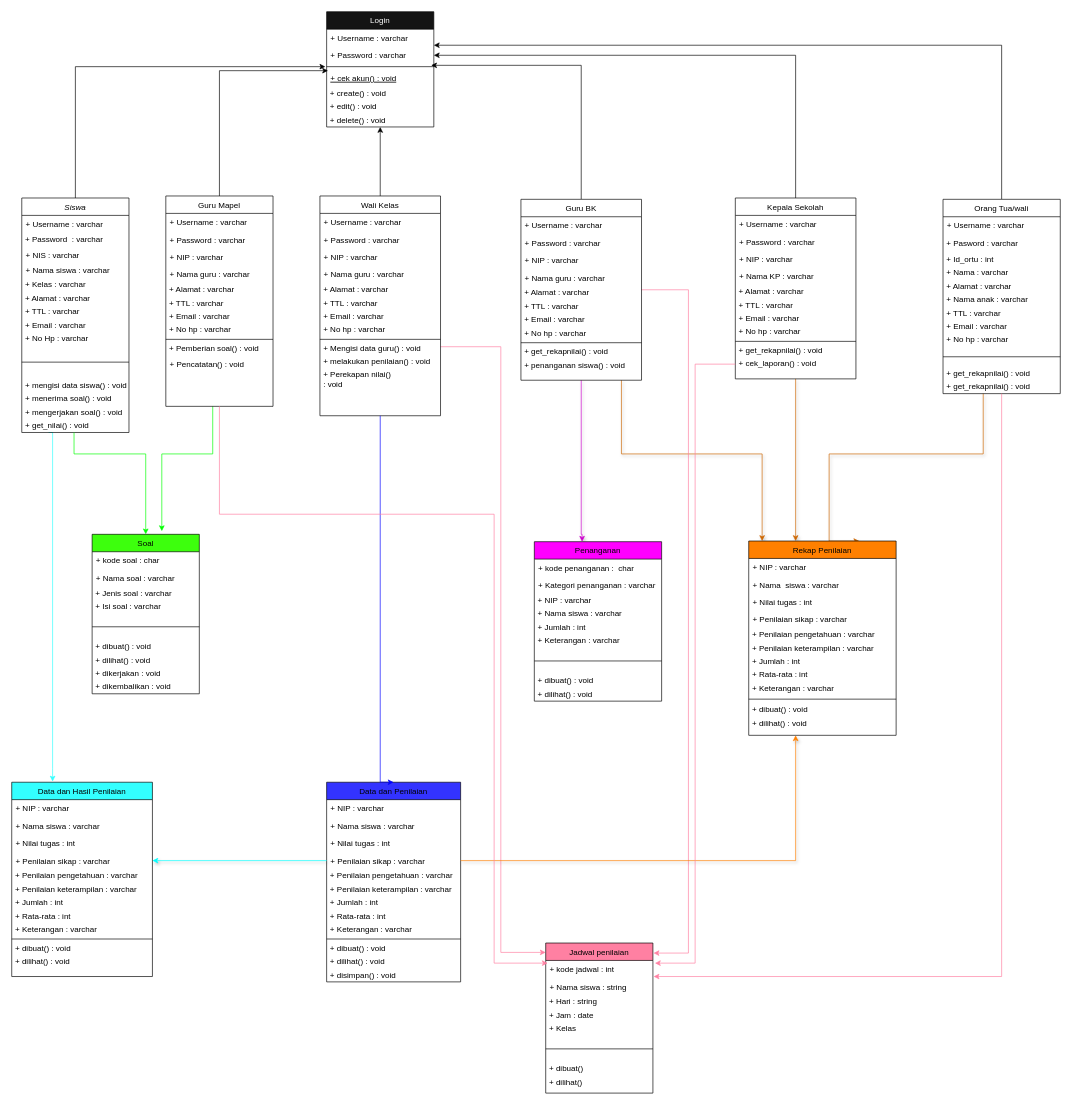
inanur-ast/bismillah keeps this draw.io diagram as Untitled Diagram.drawio. Above is the earlier version. Source tidied: cells renumbered, new cells numbered last; positions are measured from the earlier drawing's top-left corner, leaving out a move shared by most shapes. Both pictures are drawn from the tidied source at 67%, with x=0, y=0 at pixel (11, 11).
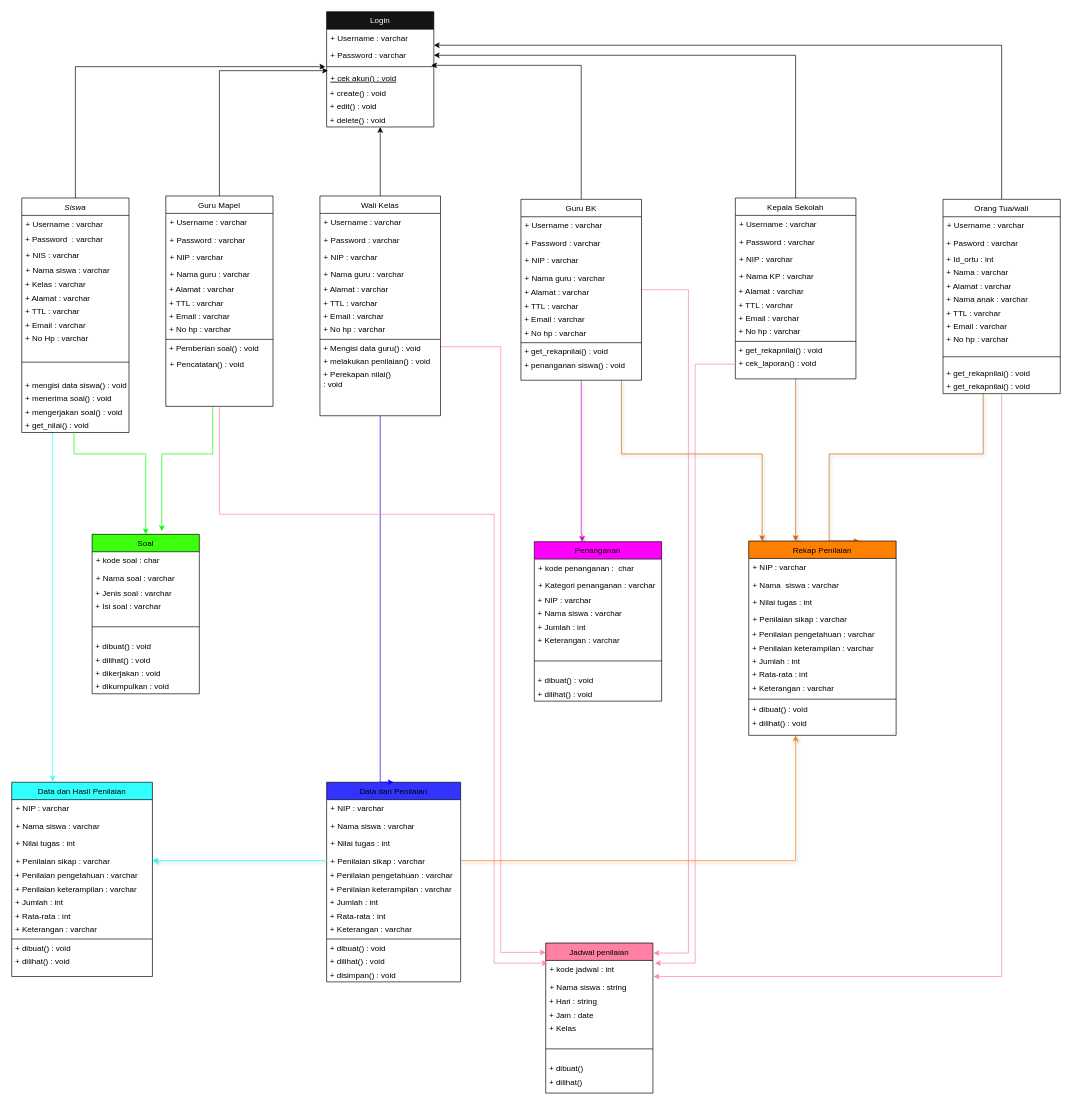
The same diagram, later.

Unchanged cells that the change refers to:
```xml
<mxCell id="97" value="Soal" style="swimlane;fontStyle=0;align=center;verticalAlign=top;horizontal=1;startSize=26;rounded=0;shadow=0;strokeWidth=1;fillColor=#3DFF0D;" parent="1" vertex="1">
  <mxGeometry x="120" y="780" width="160" height="238" as="geometry" />
</mxCell>
```

Diff of the diagram source:
```diff
@@
-    <mxCell id="106" value="&amp;nbsp;+ dikembalikan : void" style="text;html=1;strokeColor=none;fillColor=none;align=left;verticalAlign=middle;whiteSpace=wrap;rounded=0;" parent="97" vertex="1">
+    <mxCell id="106" value="&amp;nbsp;+ dikumpulkan : void" style="text;html=1;strokeColor=none;fillColor=none;align=left;verticalAlign=middle;whiteSpace=wrap;rounded=0;" parent="97" vertex="1">
       <mxGeometry y="218" width="160" height="20" as="geometry" />
     </mxCell>
```
